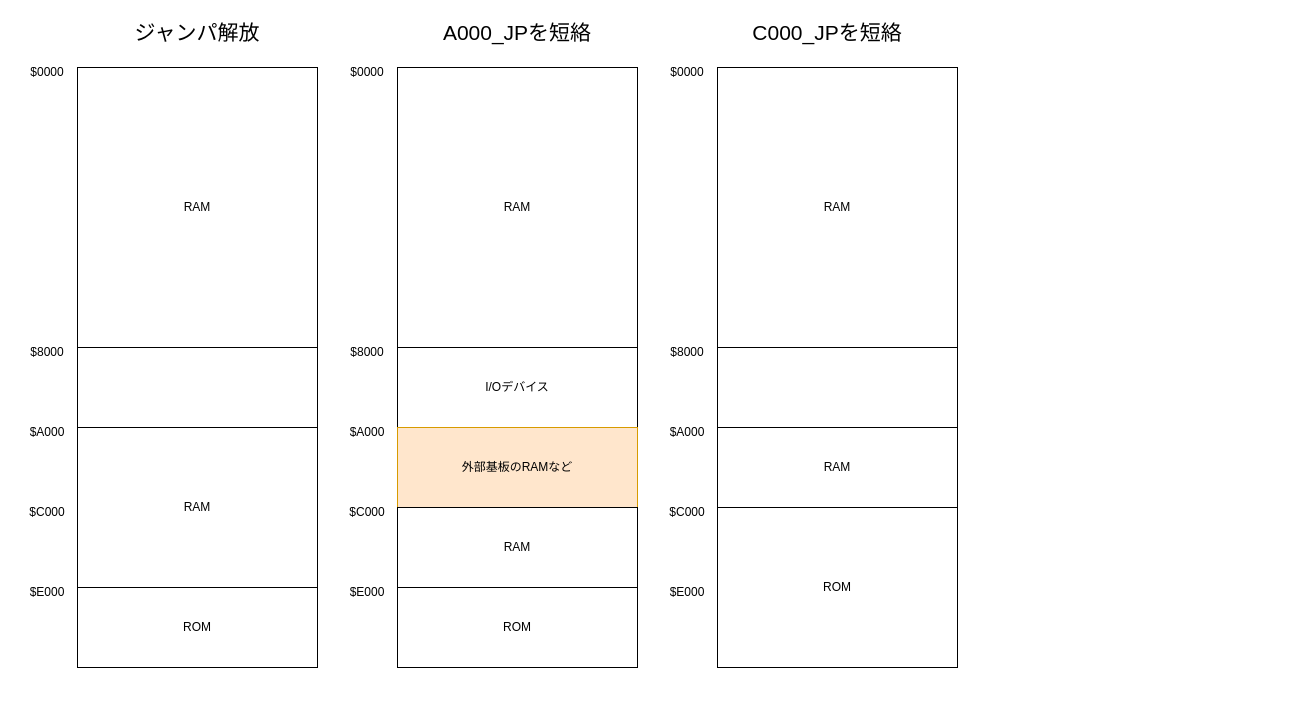
The draw.io diagram pic/メモリーマップ.drawio in kuninet/K6802-SBC, before the edit. Source tidied: cells renumbered, new cells numbered last; positions are measured from the earlier drawing's top-left corner, leaving out a move shared by most shapes. Both pictures are drawn from the tidied source at 100%, with x=0, y=0 at pixel (17, 17).
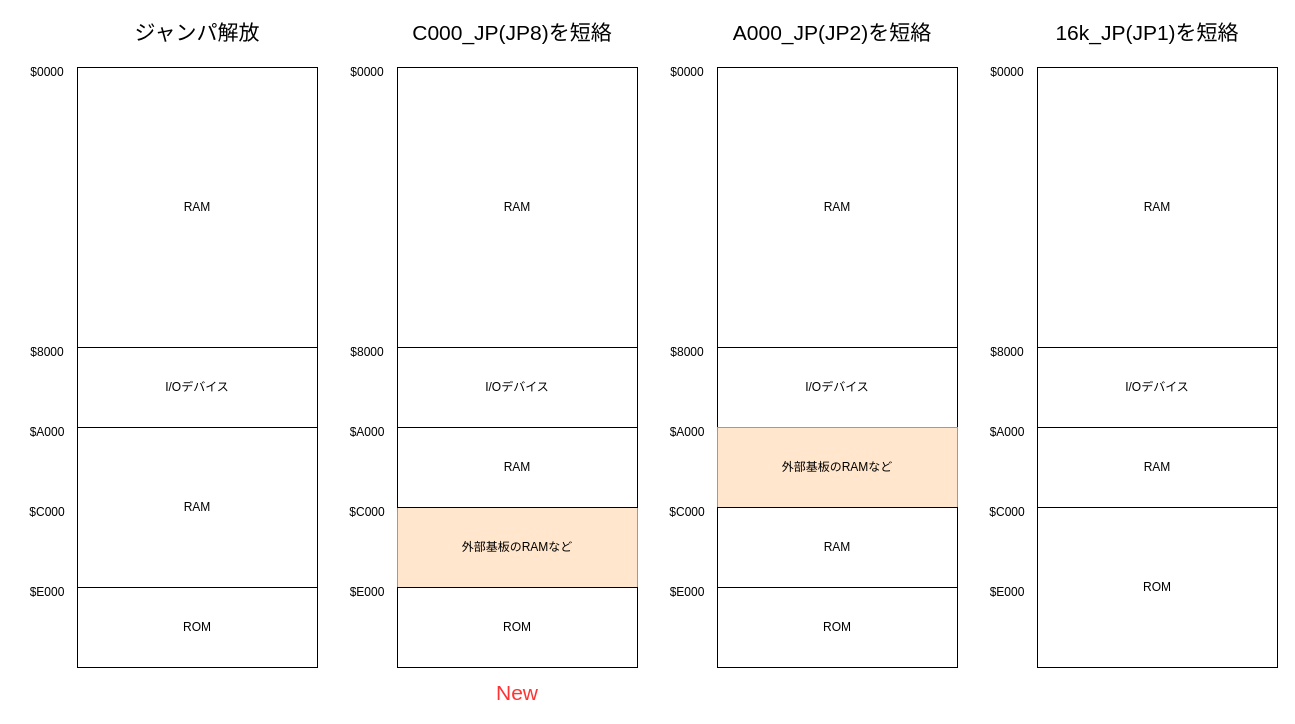
After the change.

Diff of the diagram source:
```diff
@@
     <mxCell id="3" value="外部基板のRAMなど" style="rounded=0;whiteSpace=wrap;html=1;fillColor=#ffe6cc;strokeColor=#d79b00;" parent="1" vertex="1">
-      <mxGeometry x="380" y="410" width="240" height="80" as="geometry" />
+      <mxGeometry x="380" y="490" width="240" height="80" as="geometry" />
     </mxCell>
     <mxCell id="4" value="RAM" style="rounded=0;whiteSpace=wrap;html=1;" parent="1" vertex="1">
-      <mxGeometry x="380" y="490" width="240" height="80" as="geometry" />
+      <mxGeometry x="380" y="410" width="240" height="80" as="geometry" />
     </mxCell>
@@
-    <mxCell id="7" style="rounded=0;whiteSpace=wrap;html=1;" parent="1" vertex="1">
+    <mxCell id="7" value="&lt;span&gt;I/Oデバイス&lt;/span&gt;" style="rounded=0;whiteSpace=wrap;html=1;" parent="1" vertex="1">
       <mxGeometry x="60" y="330" width="240" height="80" as="geometry" />
     </mxCell>
@@
-    <mxCell id="21" style="rounded=0;whiteSpace=wrap;html=1;" parent="1" vertex="1">
-      <mxGeometry x="700" y="330" width="240" height="80" as="geometry" />
+    <mxCell id="21" value="&lt;span&gt;I/Oデバイス&lt;/span&gt;" style="rounded=0;whiteSpace=wrap;html=1;" parent="1" vertex="1">
+      <mxGeometry x="1020" y="330" width="240" height="80" as="geometry" />
     </mxCell>
     <mxCell id="22" value="RAM" style="rounded=0;whiteSpace=wrap;html=1;" parent="1" vertex="1">
-      <mxGeometry x="700" y="410" width="240" height="80" as="geometry" />
+      <mxGeometry x="1020" y="410" width="240" height="80" as="geometry" />
     </mxCell>
     <mxCell id="23" value="ROM" style="rounded=0;whiteSpace=wrap;html=1;" parent="1" vertex="1">
-      <mxGeometry x="700" y="490" width="240" height="160" as="geometry" />
+      <mxGeometry x="1020" y="490" width="240" height="160" as="geometry" />
     </mxCell>
     <mxCell id="24" value="RAM" style="rounded=0;whiteSpace=wrap;html=1;" parent="1" vertex="1">
-      <mxGeometry x="700" y="50" width="240" height="280" as="geometry" />
+      <mxGeometry x="1020" y="50" width="240" height="280" as="geometry" />
     </mxCell>
     <mxCell id="25" value="$0000" style="text;html=1;strokeColor=none;fillColor=none;align=center;verticalAlign=middle;whiteSpace=wrap;rounded=0;" parent="1" vertex="1">
-      <mxGeometry x="640" y="40" width="60" height="30" as="geometry" />
+      <mxGeometry x="960" y="40" width="60" height="30" as="geometry" />
     </mxCell>
     <mxCell id="26" value="$8000" style="text;html=1;strokeColor=none;fillColor=none;align=center;verticalAlign=middle;whiteSpace=wrap;rounded=0;" parent="1" vertex="1">
-      <mxGeometry x="640" y="320" width="60" height="30" as="geometry" />
+      <mxGeometry x="960" y="320" width="60" height="30" as="geometry" />
     </mxCell>
     <mxCell id="27" value="$A000" style="text;html=1;strokeColor=none;fillColor=none;align=center;verticalAlign=middle;whiteSpace=wrap;rounded=0;" parent="1" vertex="1">
-      <mxGeometry x="640" y="400" width="60" height="30" as="geometry" />
+      <mxGeometry x="960" y="400" width="60" height="30" as="geometry" />
     </mxCell>
     <mxCell id="28" value="$C000" style="text;html=1;strokeColor=none;fillColor=none;align=center;verticalAlign=middle;whiteSpace=wrap;rounded=0;" parent="1" vertex="1">
-      <mxGeometry x="640" y="480" width="60" height="30" as="geometry" />
+      <mxGeometry x="960" y="480" width="60" height="30" as="geometry" />
     </mxCell>
     <mxCell id="29" value="$E000" style="text;html=1;strokeColor=none;fillColor=none;align=center;verticalAlign=middle;whiteSpace=wrap;rounded=0;" parent="1" vertex="1">
-      <mxGeometry x="640" y="560" width="60" height="30" as="geometry" />
+      <mxGeometry x="960" y="560" width="60" height="30" as="geometry" />
     </mxCell>
-    <mxCell id="30" value="A000_JPを短絡" style="text;html=1;strokeColor=none;fillColor=none;align=center;verticalAlign=middle;whiteSpace=wrap;rounded=0;fontSize=21;" parent="1" vertex="1">
-      <mxGeometry x="400" width="200" height="30" as="geometry" />
+    <mxCell id="30" value="C000_JP(JP8)を短絡" style="text;html=1;strokeColor=none;fillColor=none;align=center;verticalAlign=middle;whiteSpace=wrap;rounded=0;fontSize=21;" parent="1" vertex="1">
+      <mxGeometry x="390" width="210" height="30" as="geometry" />
     </mxCell>
-    <mxCell id="31" value="C000_JPを短絡" style="text;html=1;strokeColor=none;fillColor=none;align=center;verticalAlign=middle;whiteSpace=wrap;rounded=0;fontSize=21;" parent="1" vertex="1">
-      <mxGeometry x="710" width="200" height="30" as="geometry" />
+    <mxCell id="31" value="16k_JP(JP1)を短絡" style="text;html=1;strokeColor=none;fillColor=none;align=center;verticalAlign=middle;whiteSpace=wrap;rounded=0;fontSize=21;" parent="1" vertex="1">
+      <mxGeometry x="1030" width="200" height="30" as="geometry" />
     </mxCell>
@@
+    <mxCell id="33" value="I/Oデバイス" style="rounded=0;whiteSpace=wrap;html=1;" parent="1" vertex="1">
+      <mxGeometry x="700" y="330" width="240" height="80" as="geometry" />
+    </mxCell>
+    <mxCell id="34" value="外部基板のRAMなど" style="rounded=0;whiteSpace=wrap;html=1;fillColor=#ffe6cc;strokeColor=#d79b00;" parent="1" vertex="1">
+      <mxGeometry x="700" y="410" width="240" height="80" as="geometry" />
+    </mxCell>
+    <mxCell id="35" value="RAM" style="rounded=0;whiteSpace=wrap;html=1;" parent="1" vertex="1">
+      <mxGeometry x="700" y="490" width="240" height="80" as="geometry" />
+    </mxCell>
+    <mxCell id="36" value="ROM" style="rounded=0;whiteSpace=wrap;html=1;" parent="1" vertex="1">
+      <mxGeometry x="700" y="570" width="240" height="80" as="geometry" />
+    </mxCell>
+    <mxCell id="37" value="RAM" style="rounded=0;whiteSpace=wrap;html=1;" parent="1" vertex="1">
+      <mxGeometry x="700" y="50" width="240" height="280" as="geometry" />
+    </mxCell>
+    <mxCell id="38" value="$0000" style="text;html=1;strokeColor=none;fillColor=none;align=center;verticalAlign=middle;whiteSpace=wrap;rounded=0;" parent="1" vertex="1">
+      <mxGeometry x="640" y="40" width="60" height="30" as="geometry" />
+    </mxCell>
+    <mxCell id="39" value="$8000" style="text;html=1;strokeColor=none;fillColor=none;align=center;verticalAlign=middle;whiteSpace=wrap;rounded=0;" parent="1" vertex="1">
+      <mxGeometry x="640" y="320" width="60" height="30" as="geometry" />
+    </mxCell>
+    <mxCell id="40" value="$A000" style="text;html=1;strokeColor=none;fillColor=none;align=center;verticalAlign=middle;whiteSpace=wrap;rounded=0;" parent="1" vertex="1">
+      <mxGeometry x="640" y="400" width="60" height="30" as="geometry" />
+    </mxCell>
+    <mxCell id="41" value="$C000" style="text;html=1;strokeColor=none;fillColor=none;align=center;verticalAlign=middle;whiteSpace=wrap;rounded=0;" parent="1" vertex="1">
+      <mxGeometry x="640" y="480" width="60" height="30" as="geometry" />
+    </mxCell>
+    <mxCell id="42" value="$E000" style="text;html=1;strokeColor=none;fillColor=none;align=center;verticalAlign=middle;whiteSpace=wrap;rounded=0;" parent="1" vertex="1">
+      <mxGeometry x="640" y="560" width="60" height="30" as="geometry" />
+    </mxCell>
+    <mxCell id="43" value="A000_JP(JP2)を短絡" style="text;html=1;strokeColor=none;fillColor=none;align=center;verticalAlign=middle;whiteSpace=wrap;rounded=0;fontSize=21;" parent="1" vertex="1">
+      <mxGeometry x="710" width="210" height="30" as="geometry" />
+    </mxCell>
+    <mxCell id="44" value="New" style="text;html=1;strokeColor=none;fillColor=none;align=center;verticalAlign=middle;whiteSpace=wrap;rounded=0;fontSize=21;fontColor=#FF3333;" parent="1" vertex="1">
+      <mxGeometry x="395" y="660" width="210" height="30" as="geometry" />
+    </mxCell>
```
